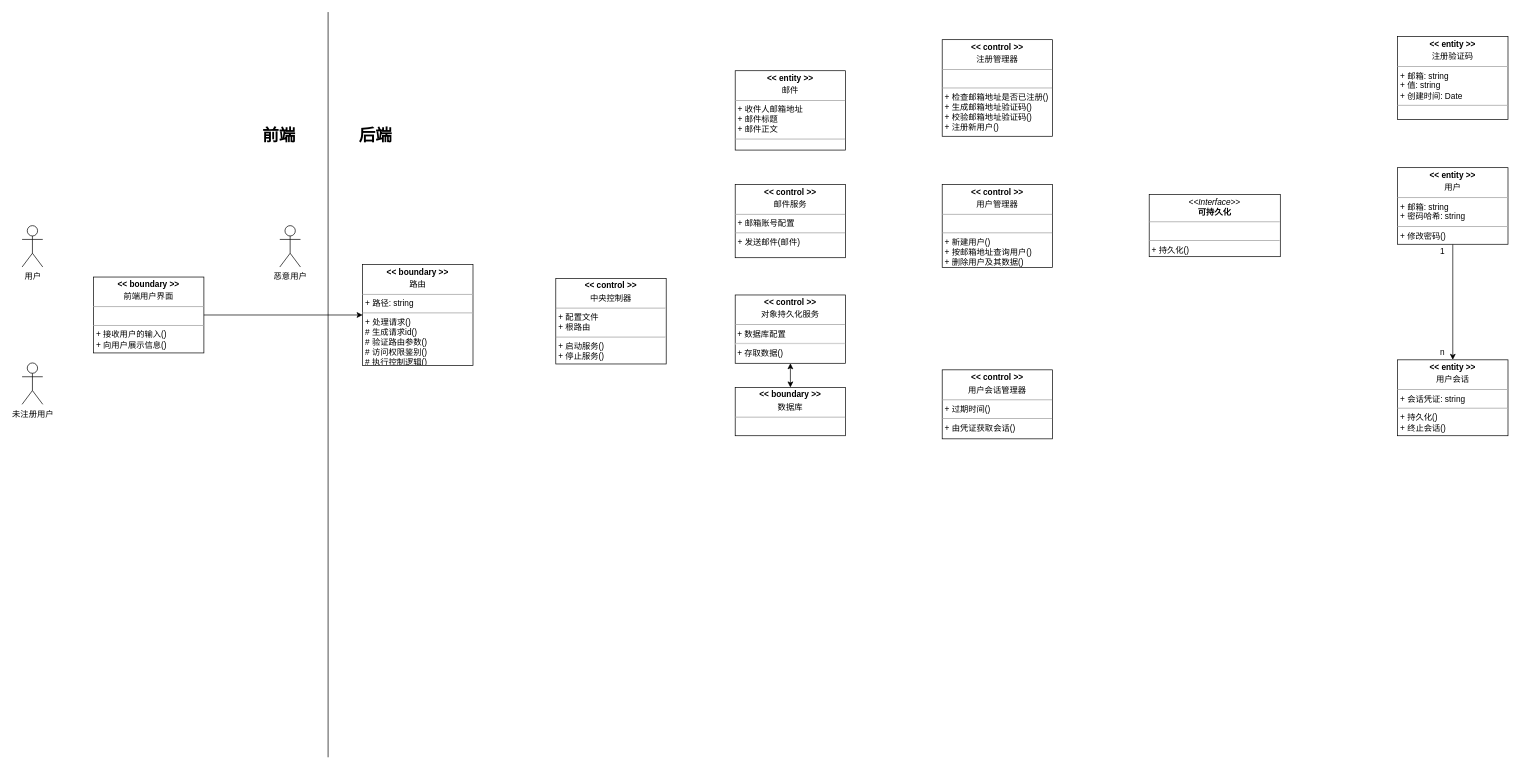
super-dash/paperstack-design keeps this draw.io diagram as page "类图" (3 of 5) of 需求分析文档/UML图.drawio. Above is the earlier version. Source tidied: cells renumbered, new cells numbered last; positions are measured from the earlier drawing's top-left corner, leaving out a move shared by most shapes. Both pictures are drawn from the tidied source at 69%, with x=0, y=0 at pixel (21, 12).
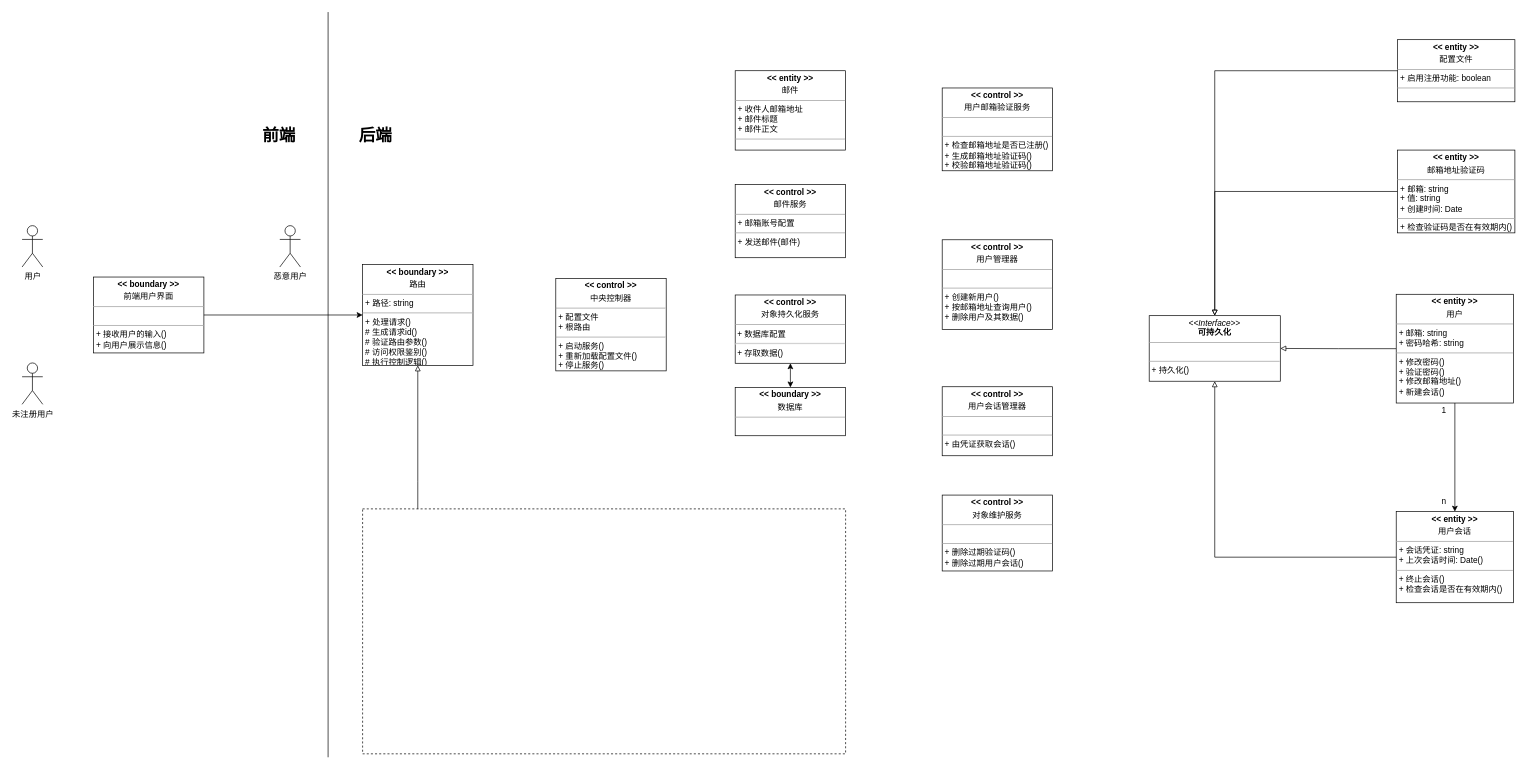
Above is the later version.

Unchanged cells that the change refers to:
```xml
<mxCell id="5" value="&lt;p style=&quot;margin: 0px ; margin-top: 4px ; text-align: center&quot;&gt;&lt;b&gt;&amp;lt;&amp;lt; boundary &amp;gt;&amp;gt;&lt;/b&gt;&lt;/p&gt;&lt;p style=&quot;margin: 0px ; margin-top: 4px ; text-align: center&quot;&gt;路由&lt;/p&gt;&lt;hr size=&quot;1&quot;&gt;&lt;p style=&quot;margin: 0px ; margin-left: 4px&quot;&gt;+ 路径: string&lt;/p&gt;&lt;hr size=&quot;1&quot;&gt;&lt;p style=&quot;margin: 0px ; margin-left: 4px&quot;&gt;+ 处理请求()&lt;span&gt;&lt;br&gt;&lt;/span&gt;&lt;/p&gt;&lt;p style=&quot;margin: 0px ; margin-left: 4px&quot;&gt;&lt;span&gt;# 生成请求id()&lt;/span&gt;&lt;/p&gt;&lt;p style=&quot;margin: 0px ; margin-left: 4px&quot;&gt;# 验证路由参数()&lt;span&gt;&lt;br&gt;&lt;/span&gt;&lt;/p&gt;&lt;p style=&quot;margin: 0px ; margin-left: 4px&quot;&gt;&lt;span&gt;# 访问权限鉴别(&lt;/span&gt;&lt;span&gt;)&lt;/span&gt;&lt;/p&gt;&lt;p style=&quot;margin: 0px ; margin-left: 4px&quot;&gt;# 执行控制逻辑()&lt;/p&gt;" style="verticalAlign=top;align=left;overflow=fill;fontSize=12;fontFamily=Helvetica;html=1;" parent="1" vertex="1">
  <mxGeometry x="494" y="366" width="160" height="146" as="geometry" />
</mxCell>
```

What changed in the source:
```diff
@@
-    <mxCell id="3" value="&lt;p style=&quot;margin: 0px ; margin-top: 4px ; text-align: center&quot;&gt;&lt;b&gt;&amp;lt;&amp;lt; entity &amp;gt;&amp;gt;&lt;/b&gt;&lt;/p&gt;&lt;p style=&quot;margin: 0px ; margin-top: 4px ; text-align: center&quot;&gt;用户&lt;/p&gt;&lt;hr size=&quot;1&quot;&gt;&lt;p style=&quot;margin: 0px ; margin-left: 4px&quot;&gt;+ 邮箱: string&lt;/p&gt;&lt;p style=&quot;margin: 0px ; margin-left: 4px&quot;&gt;+ 密码哈希: string&lt;/p&gt;&lt;hr size=&quot;1&quot;&gt;&lt;p style=&quot;margin: 0px ; margin-left: 4px&quot;&gt;&lt;span&gt;+ 修改密码()&lt;/span&gt;&lt;br&gt;&lt;/p&gt;" style="verticalAlign=top;align=left;overflow=fill;fontSize=12;fontFamily=Helvetica;html=1;" parent="1" vertex="1">
-      <mxGeometry x="1994" y="225.5" width="160" height="111" as="geometry" />
-    </mxCell>
+    <mxCell id="27" style="edgeStyle=orthogonalEdgeStyle;rounded=0;jettySize=auto;html=1;exitX=0;exitY=0.5;exitDx=0;exitDy=0;endArrow=block;endFill=0;entryX=1;entryY=0.5;entryDx=0;entryDy=0;" parent="1" edge="1" source="3" target="26">
+      <mxGeometry relative="1" as="geometry" />
+    </mxCell>
@@
-    <mxCell id="16" value="&lt;p style=&quot;margin: 0px ; margin-top: 4px ; text-align: center&quot;&gt;&lt;b&gt;&amp;lt;&amp;lt; control &amp;gt;&amp;gt;&lt;/b&gt;&lt;/p&gt;&lt;p style=&quot;margin: 0px ; margin-top: 4px ; text-align: center&quot;&gt;中央控制器&lt;/p&gt;&lt;hr size=&quot;1&quot;&gt;&lt;p style=&quot;margin: 0px ; margin-left: 4px&quot;&gt;+ 配置文件&lt;/p&gt;&lt;p style=&quot;margin: 0px ; margin-left: 4px&quot;&gt;+ 根路由&lt;/p&gt;&lt;hr size=&quot;1&quot;&gt;&lt;p style=&quot;margin: 0px ; margin-left: 4px&quot;&gt;+ 启动服务()&lt;/p&gt;&lt;p style=&quot;margin: 0px ; margin-left: 4px&quot;&gt;+ 停止服务()&lt;/p&gt;" style="verticalAlign=top;align=left;overflow=fill;fontSize=12;fontFamily=Helvetica;html=1;" parent="1" vertex="1">
-      <mxGeometry x="774" y="386" width="160" height="124" as="geometry" />
+    <mxCell id="16" value="&lt;p style=&quot;margin: 0px ; margin-top: 4px ; text-align: center&quot;&gt;&lt;b&gt;&amp;lt;&amp;lt; control &amp;gt;&amp;gt;&lt;/b&gt;&lt;/p&gt;&lt;p style=&quot;margin: 0px ; margin-top: 4px ; text-align: center&quot;&gt;中央控制器&lt;/p&gt;&lt;hr size=&quot;1&quot;&gt;&lt;p style=&quot;margin: 0px ; margin-left: 4px&quot;&gt;+ 配置文件&lt;/p&gt;&lt;p style=&quot;margin: 0px ; margin-left: 4px&quot;&gt;+ 根路由&lt;/p&gt;&lt;hr size=&quot;1&quot;&gt;&lt;p style=&quot;margin: 0px ; margin-left: 4px&quot;&gt;+ 启动服务()&lt;/p&gt;&lt;p style=&quot;margin: 0px ; margin-left: 4px&quot;&gt;+ 重新加载配置文件()&lt;/p&gt;&lt;p style=&quot;margin: 0px ; margin-left: 4px&quot;&gt;+ 停止服务()&lt;/p&gt;" style="verticalAlign=top;align=left;overflow=fill;fontSize=12;fontFamily=Helvetica;html=1;" parent="1" vertex="1">
+      <mxGeometry x="774" y="386" width="160" height="134" as="geometry" />
     </mxCell>
-    <mxCell id="17" value="&lt;p style=&quot;margin: 0px ; margin-top: 4px ; text-align: center&quot;&gt;&lt;b&gt;&amp;lt;&amp;lt; entity &amp;gt;&amp;gt;&lt;/b&gt;&lt;/p&gt;&lt;p style=&quot;margin: 0px ; margin-top: 4px ; text-align: center&quot;&gt;用户会话&lt;/p&gt;&lt;hr size=&quot;1&quot;&gt;&lt;p style=&quot;margin: 0px ; margin-left: 4px&quot;&gt;+ 会话凭证: string&lt;br&gt;&lt;/p&gt;&lt;hr size=&quot;1&quot;&gt;&lt;p style=&quot;margin: 0px ; margin-left: 4px&quot;&gt;+ 持久化()&lt;/p&gt;&lt;p style=&quot;margin: 0px ; margin-left: 4px&quot;&gt;+ 终止会话()&lt;/p&gt;" style="verticalAlign=top;align=left;overflow=fill;fontSize=12;fontFamily=Helvetica;html=1;" parent="1" vertex="1">
-      <mxGeometry x="1994" y="504" width="160" height="110" as="geometry" />
-    </mxCell>
-    <mxCell id="18" value="&lt;p style=&quot;margin: 0px ; margin-top: 4px ; text-align: center&quot;&gt;&lt;b&gt;&amp;lt;&amp;lt; control &amp;gt;&amp;gt;&lt;/b&gt;&lt;/p&gt;&lt;p style=&quot;margin: 0px ; margin-top: 4px ; text-align: center&quot;&gt;用户会话管理器&lt;/p&gt;&lt;hr size=&quot;1&quot;&gt;&lt;p style=&quot;margin: 0px ; margin-left: 4px&quot;&gt;+ 过期时间()&lt;br&gt;&lt;/p&gt;&lt;hr size=&quot;1&quot;&gt;&lt;p style=&quot;margin: 0px ; margin-left: 4px&quot;&gt;&lt;span&gt;+ 由凭证获取会话()&lt;/span&gt;&lt;br&gt;&lt;/p&gt;" style="verticalAlign=top;align=left;overflow=fill;fontSize=12;fontFamily=Helvetica;html=1;" parent="1" vertex="1">
-      <mxGeometry x="1334" y="518.5" width="160" height="100" as="geometry" />
+    <mxCell id="18" value="&lt;p style=&quot;margin: 0px ; margin-top: 4px ; text-align: center&quot;&gt;&lt;b&gt;&amp;lt;&amp;lt; control &amp;gt;&amp;gt;&lt;/b&gt;&lt;/p&gt;&lt;p style=&quot;margin: 0px ; margin-top: 4px ; text-align: center&quot;&gt;用户会话管理器&lt;/p&gt;&lt;hr size=&quot;1&quot;&gt;&lt;p style=&quot;margin: 0px ; margin-left: 4px&quot;&gt;&lt;br&gt;&lt;/p&gt;&lt;hr size=&quot;1&quot;&gt;&lt;p style=&quot;margin: 0px ; margin-left: 4px&quot;&gt;&lt;span&gt;+ 由凭证获取会话()&lt;/span&gt;&lt;br&gt;&lt;/p&gt;" style="verticalAlign=top;align=left;overflow=fill;fontSize=12;fontFamily=Helvetica;html=1;" parent="1" vertex="1">
+      <mxGeometry x="1334" y="543" width="160" height="100" as="geometry" />
     </mxCell>
-    <mxCell id="19" value="&lt;p style=&quot;margin: 0px ; margin-top: 4px ; text-align: center&quot;&gt;&lt;b&gt;&amp;lt;&amp;lt; control &amp;gt;&amp;gt;&lt;/b&gt;&lt;/p&gt;&lt;p style=&quot;margin: 0px ; margin-top: 4px ; text-align: center&quot;&gt;用户管理器&lt;/p&gt;&lt;hr size=&quot;1&quot;&gt;&lt;p style=&quot;margin: 0px ; margin-left: 4px&quot;&gt;&lt;br&gt;&lt;/p&gt;&lt;hr size=&quot;1&quot;&gt;&lt;p style=&quot;margin: 0px ; margin-left: 4px&quot;&gt;&lt;span&gt;+ 新建用户()&lt;/span&gt;&lt;/p&gt;&lt;p style=&quot;margin: 0px ; margin-left: 4px&quot;&gt;&lt;span&gt;+ 按邮箱地址查询用户()&lt;/span&gt;&lt;/p&gt;&lt;p style=&quot;margin: 0px ; margin-left: 4px&quot;&gt;&lt;span&gt;+ 删除用户及其数据()&lt;/span&gt;&lt;/p&gt;" style="verticalAlign=top;align=left;overflow=fill;fontSize=12;fontFamily=Helvetica;html=1;" parent="1" vertex="1">
-      <mxGeometry x="1334" y="250" width="160" height="120" as="geometry" />
+    <mxCell id="19" value="&lt;p style=&quot;margin: 0px ; margin-top: 4px ; text-align: center&quot;&gt;&lt;b&gt;&amp;lt;&amp;lt; control &amp;gt;&amp;gt;&lt;/b&gt;&lt;/p&gt;&lt;p style=&quot;margin: 0px ; margin-top: 4px ; text-align: center&quot;&gt;用户管理器&lt;/p&gt;&lt;hr size=&quot;1&quot;&gt;&lt;p style=&quot;margin: 0px ; margin-left: 4px&quot;&gt;&lt;br&gt;&lt;/p&gt;&lt;hr size=&quot;1&quot;&gt;&lt;p style=&quot;margin: 0px ; margin-left: 4px&quot;&gt;&lt;span&gt;+ 创建新用户()&lt;/span&gt;&lt;/p&gt;&lt;p style=&quot;margin: 0px ; margin-left: 4px&quot;&gt;&lt;span&gt;+ 按邮箱地址查询用户()&lt;/span&gt;&lt;/p&gt;&lt;p style=&quot;margin: 0px ; margin-left: 4px&quot;&gt;&lt;span&gt;+ 删除用户及其数据()&lt;/span&gt;&lt;/p&gt;" style="verticalAlign=top;align=left;overflow=fill;fontSize=12;fontFamily=Helvetica;html=1;" parent="1" vertex="1">
+      <mxGeometry x="1334" y="330" width="160" height="130" as="geometry" />
     </mxCell>
@@
-    <mxCell id="22" value="&lt;p style=&quot;margin: 0px ; margin-top: 4px ; text-align: center&quot;&gt;&lt;b&gt;&amp;lt;&amp;lt; control &amp;gt;&amp;gt;&lt;/b&gt;&lt;/p&gt;&lt;p style=&quot;margin: 0px ; margin-top: 4px ; text-align: center&quot;&gt;注册管理器&lt;/p&gt;&lt;hr size=&quot;1&quot;&gt;&lt;p style=&quot;margin: 0px ; margin-left: 4px&quot;&gt;&lt;br&gt;&lt;/p&gt;&lt;hr size=&quot;1&quot;&gt;&lt;p style=&quot;margin: 0px ; margin-left: 4px&quot;&gt;+ 检查邮箱地址是否已注册()&lt;span&gt;&lt;br&gt;&lt;/span&gt;&lt;/p&gt;&lt;p style=&quot;margin: 0px ; margin-left: 4px&quot;&gt;&lt;span&gt;+ 生成邮箱地址验证码()&lt;/span&gt;&lt;/p&gt;&lt;p style=&quot;margin: 0px ; margin-left: 4px&quot;&gt;&lt;span&gt;+ 校验邮箱地址验证码()&lt;/span&gt;&lt;/p&gt;&lt;p style=&quot;margin: 0px ; margin-left: 4px&quot;&gt;&lt;span&gt;+ 注册新用户()&lt;/span&gt;&lt;/p&gt;" style="verticalAlign=top;align=left;overflow=fill;fontSize=12;fontFamily=Helvetica;html=1;" parent="1" vertex="1">
-      <mxGeometry x="1334" y="40" width="160" height="140" as="geometry" />
+    <mxCell id="22" value="&lt;p style=&quot;margin: 0px ; margin-top: 4px ; text-align: center&quot;&gt;&lt;b&gt;&amp;lt;&amp;lt; control &amp;gt;&amp;gt;&lt;/b&gt;&lt;/p&gt;&lt;p style=&quot;margin: 0px ; margin-top: 4px ; text-align: center&quot;&gt;用户邮箱验证服务&lt;/p&gt;&lt;hr size=&quot;1&quot;&gt;&lt;p style=&quot;margin: 0px ; margin-left: 4px&quot;&gt;&lt;br&gt;&lt;/p&gt;&lt;hr size=&quot;1&quot;&gt;&lt;p style=&quot;margin: 0px ; margin-left: 4px&quot;&gt;+ 检查邮箱地址是否已注册()&lt;span&gt;&lt;br&gt;&lt;/span&gt;&lt;/p&gt;&lt;p style=&quot;margin: 0px ; margin-left: 4px&quot;&gt;&lt;span&gt;+ 生成邮箱地址验证码()&lt;/span&gt;&lt;/p&gt;&lt;p style=&quot;margin: 0px ; margin-left: 4px&quot;&gt;&lt;span&gt;+ 校验邮箱地址验证码()&lt;/span&gt;&lt;/p&gt;" style="verticalAlign=top;align=left;overflow=fill;fontSize=12;fontFamily=Helvetica;html=1;" parent="1" vertex="1">
+      <mxGeometry x="1334" y="110" width="160" height="120" as="geometry" />
     </mxCell>
+    <mxCell id="28" style="edgeStyle=orthogonalEdgeStyle;rounded=0;jettySize=auto;html=1;exitX=0;exitY=0.5;exitDx=0;exitDy=0;entryX=0.5;entryY=0;entryDx=0;entryDy=0;endArrow=block;endFill=0;" parent="1" edge="1" source="23" target="26">
+      <mxGeometry relative="1" as="geometry">
+        <Array as="points">
+          <mxPoint x="1729" y="260" />
+        </Array>
+      </mxGeometry>
+    </mxCell>
-    <mxCell id="23" value="&lt;p style=&quot;margin: 0px ; margin-top: 4px ; text-align: center&quot;&gt;&lt;b&gt;&amp;lt;&amp;lt; entity &amp;gt;&amp;gt;&lt;/b&gt;&lt;/p&gt;&lt;p style=&quot;margin: 0px ; margin-top: 4px ; text-align: center&quot;&gt;注册验证码&lt;/p&gt;&lt;hr size=&quot;1&quot;&gt;&lt;p style=&quot;margin: 0px ; margin-left: 4px&quot;&gt;+ 邮箱: string&lt;/p&gt;&lt;p style=&quot;margin: 0px ; margin-left: 4px&quot;&gt;+ 值: string&lt;/p&gt;&lt;p style=&quot;margin: 0px ; margin-left: 4px&quot;&gt;+ 创建时间: Date&lt;/p&gt;&lt;hr size=&quot;1&quot;&gt;&lt;p style=&quot;margin: 0px ; margin-left: 4px&quot;&gt;&lt;br&gt;&lt;/p&gt;" style="verticalAlign=top;align=left;overflow=fill;fontSize=12;fontFamily=Helvetica;html=1;" parent="1" vertex="1">
-      <mxGeometry x="1994" y="35.5" width="160" height="120" as="geometry" />
+    <mxCell id="23" value="&lt;p style=&quot;margin: 0px ; margin-top: 4px ; text-align: center&quot;&gt;&lt;b&gt;&amp;lt;&amp;lt; entity &amp;gt;&amp;gt;&lt;/b&gt;&lt;/p&gt;&lt;p style=&quot;margin: 0px ; margin-top: 4px ; text-align: center&quot;&gt;邮箱地址验证码&lt;/p&gt;&lt;hr size=&quot;1&quot;&gt;&lt;p style=&quot;margin: 0px ; margin-left: 4px&quot;&gt;+ 邮箱: string&lt;/p&gt;&lt;p style=&quot;margin: 0px ; margin-left: 4px&quot;&gt;+ 值: string&lt;/p&gt;&lt;p style=&quot;margin: 0px ; margin-left: 4px&quot;&gt;+ 创建时间: Date&lt;/p&gt;&lt;hr size=&quot;1&quot;&gt;&lt;p style=&quot;margin: 0px ; margin-left: 4px&quot;&gt;+ 检查验证码是否在有效期内()&lt;/p&gt;" style="verticalAlign=top;align=left;overflow=fill;fontSize=12;fontFamily=Helvetica;html=1;" parent="1" vertex="1">
+      <mxGeometry x="1994" y="200" width="170" height="120" as="geometry" />
     </mxCell>
+    <mxCell id="26" value="&lt;p style=&quot;margin: 0px ; margin-top: 4px ; text-align: center&quot;&gt;&lt;i&gt;&amp;lt;&amp;lt;Interface&amp;gt;&amp;gt;&lt;/i&gt;&lt;br&gt;&lt;b&gt;可持久化&lt;/b&gt;&lt;/p&gt;&lt;hr size=&quot;1&quot;&gt;&lt;p style=&quot;margin: 0px ; margin-left: 4px&quot;&gt;&lt;br&gt;&lt;/p&gt;&lt;hr size=&quot;1&quot;&gt;&lt;p style=&quot;margin: 0px ; margin-left: 4px&quot;&gt;+ 持久化()&lt;/p&gt;" style="verticalAlign=top;align=left;overflow=fill;fontSize=12;fontFamily=Helvetica;html=1;" parent="1" vertex="1">
+      <mxGeometry x="1634" y="440" width="190" height="95" as="geometry" />
+    </mxCell>
+    <mxCell id="29" style="group;" parent="1" vertex="1">
+      <mxGeometry x="1992" y="409" width="170" height="186" as="geometry" />
+    </mxCell>
+    <mxCell id="3" value="&lt;p style=&quot;margin: 0px ; margin-top: 4px ; text-align: center&quot;&gt;&lt;b&gt;&amp;lt;&amp;lt; entity &amp;gt;&amp;gt;&lt;/b&gt;&lt;/p&gt;&lt;p style=&quot;margin: 0px ; margin-top: 4px ; text-align: center&quot;&gt;用户&lt;/p&gt;&lt;hr size=&quot;1&quot;&gt;&lt;p style=&quot;margin: 0px ; margin-left: 4px&quot;&gt;+ 邮箱: string&lt;/p&gt;&lt;p style=&quot;margin: 0px ; margin-left: 4px&quot;&gt;+ 密码哈希: string&lt;/p&gt;&lt;hr size=&quot;1&quot;&gt;&lt;p style=&quot;margin: 0px ; margin-left: 4px&quot;&gt;&lt;span&gt;+ 修改密码()&lt;/span&gt;&lt;br&gt;&lt;/p&gt;&lt;p style=&quot;margin: 0px ; margin-left: 4px&quot;&gt;&lt;span&gt;+ 验证密码()&lt;/span&gt;&lt;/p&gt;&lt;p style=&quot;margin: 0px ; margin-left: 4px&quot;&gt;&lt;span&gt;+ 修改邮箱地址()&lt;/span&gt;&lt;/p&gt;&lt;p style=&quot;margin: 0px ; margin-left: 4px&quot;&gt;&lt;span&gt;+ 新建会话()&lt;/span&gt;&lt;/p&gt;" style="verticalAlign=top;align=left;overflow=fill;fontSize=12;fontFamily=Helvetica;html=1;" parent="29" vertex="1">
+      <mxGeometry width="170" height="157.6" as="geometry" />
+    </mxCell>
-    <mxCell id="24" value="1" style="text;html=1;align=left;verticalAlign=top;spacingTop=-4;" parent="1" vertex="1">
-      <mxGeometry x="2054" y="336.5" width="20" height="20" as="geometry" />
+    <mxCell id="24" value="1" style="text;html=1;align=left;verticalAlign=top;spacingTop=-4;" parent="29" vertex="1">
+      <mxGeometry x="63.8" y="157.6" width="20" height="20" as="geometry" />
     </mxCell>
+    <mxCell id="30" style="group;" parent="1" vertex="1">
+      <mxGeometry x="1992" y="700" width="170" height="156" as="geometry" />
+    </mxCell>
+    <mxCell id="17" value="&lt;p style=&quot;margin: 0px ; margin-top: 4px ; text-align: center&quot;&gt;&lt;b&gt;&amp;lt;&amp;lt; entity &amp;gt;&amp;gt;&lt;/b&gt;&lt;/p&gt;&lt;p style=&quot;margin: 0px ; margin-top: 4px ; text-align: center&quot;&gt;用户会话&lt;/p&gt;&lt;hr size=&quot;1&quot;&gt;&lt;p style=&quot;margin: 0px ; margin-left: 4px&quot;&gt;+ 会话凭证: string&lt;br&gt;&lt;/p&gt;&lt;p style=&quot;margin: 0px ; margin-left: 4px&quot;&gt;+ 上次会话时间: Date()&lt;/p&gt;&lt;hr size=&quot;1&quot;&gt;&lt;p style=&quot;margin: 0px ; margin-left: 4px&quot;&gt;&lt;span&gt;+ 终止会话()&lt;/span&gt;&lt;br&gt;&lt;/p&gt;&lt;p style=&quot;margin: 0px ; margin-left: 4px&quot;&gt;+ 检查会话是否在有效期内()&lt;/p&gt;" style="verticalAlign=top;align=left;overflow=fill;fontSize=12;fontFamily=Helvetica;html=1;" parent="30" vertex="1">
+      <mxGeometry y="24" width="170" height="132" as="geometry" />
+    </mxCell>
-    <mxCell id="25" value="n" style="text;html=1;align=left;verticalAlign=top;spacingTop=-4;" parent="1" vertex="1">
-      <mxGeometry x="2054" y="484" width="20" height="20" as="geometry" />
+    <mxCell id="25" value="n" style="text;html=1;align=left;verticalAlign=top;spacingTop=-4;" parent="30" vertex="1">
+      <mxGeometry x="63.8" width="20" height="20" as="geometry" />
     </mxCell>
-    <mxCell id="26" value="&lt;p style=&quot;margin: 0px ; margin-top: 4px ; text-align: center&quot;&gt;&lt;i&gt;&amp;lt;&amp;lt;Interface&amp;gt;&amp;gt;&lt;/i&gt;&lt;br&gt;&lt;b&gt;可持久化&lt;/b&gt;&lt;/p&gt;&lt;hr size=&quot;1&quot;&gt;&lt;p style=&quot;margin: 0px ; margin-left: 4px&quot;&gt;&lt;br&gt;&lt;/p&gt;&lt;hr size=&quot;1&quot;&gt;&lt;p style=&quot;margin: 0px ; margin-left: 4px&quot;&gt;+ 持久化()&lt;/p&gt;" style="verticalAlign=top;align=left;overflow=fill;fontSize=12;fontFamily=Helvetica;html=1;" parent="1" vertex="1">
-      <mxGeometry x="1634" y="264.5" width="190" height="90" as="geometry" />
-    </mxCell>
+    <mxCell id="31" style="edgeStyle=orthogonalEdgeStyle;rounded=0;jettySize=auto;html=1;exitX=0;exitY=0.5;exitDx=0;exitDy=0;entryX=0.5;entryY=1;entryDx=0;entryDy=0;endArrow=block;endFill=0;" parent="1" edge="1" source="17" target="26">
+      <mxGeometry relative="1" as="geometry" />
+    </mxCell>
+    <mxCell id="32" value="&lt;p style=&quot;margin: 0px ; margin-top: 4px ; text-align: center&quot;&gt;&lt;b&gt;&amp;lt;&amp;lt; control &amp;gt;&amp;gt;&lt;/b&gt;&lt;/p&gt;&lt;p style=&quot;margin: 0px ; margin-top: 4px ; text-align: center&quot;&gt;对象维护服务&lt;/p&gt;&lt;hr size=&quot;1&quot;&gt;&lt;p style=&quot;margin: 0px ; margin-left: 4px&quot;&gt;&lt;br&gt;&lt;/p&gt;&lt;hr size=&quot;1&quot;&gt;&lt;p style=&quot;margin: 0px ; margin-left: 4px&quot;&gt;&lt;span&gt;+ 删除过期验证码()&lt;/span&gt;&lt;br&gt;&lt;/p&gt;&lt;p style=&quot;margin: 0px ; margin-left: 4px&quot;&gt;&lt;span&gt;+ 删除过期用户会话()&lt;/span&gt;&lt;/p&gt;" style="verticalAlign=top;align=left;overflow=fill;fontSize=12;fontFamily=Helvetica;html=1;" parent="1" vertex="1">
+      <mxGeometry x="1334" y="700" width="160" height="110" as="geometry" />
+    </mxCell>
+    <mxCell id="33" style="edgeStyle=orthogonalEdgeStyle;rounded=0;jettySize=auto;html=1;entryX=0.5;entryY=1;entryDx=0;entryDy=0;endArrow=block;endFill=0;" parent="1" edge="1" source="34" target="5">
+      <mxGeometry relative="1" as="geometry">
+        <Array as="points">
+          <mxPoint x="574" y="680" />
+          <mxPoint x="574" y="680" />
+        </Array>
+      </mxGeometry>
+    </mxCell>
+    <mxCell id="34" style="rounded=0;whiteSpace=wrap;html=1;dashed=1;fillColor=none;" parent="1" vertex="1">
+      <mxGeometry x="494" y="720" width="700" height="355" as="geometry" />
+    </mxCell>
+    <mxCell id="35" style="edgeStyle=orthogonalEdgeStyle;rounded=0;jettySize=auto;html=1;exitX=0;exitY=0.5;exitDx=0;exitDy=0;entryX=0.5;entryY=0;entryDx=0;entryDy=0;endArrow=block;endFill=0;" parent="1" edge="1" source="36" target="26">
+      <mxGeometry relative="1" as="geometry" />
+    </mxCell>
+    <mxCell id="36" value="&lt;p style=&quot;margin: 0px ; margin-top: 4px ; text-align: center&quot;&gt;&lt;b&gt;&amp;lt;&amp;lt; entity &amp;gt;&amp;gt;&lt;/b&gt;&lt;/p&gt;&lt;p style=&quot;margin: 0px ; margin-top: 4px ; text-align: center&quot;&gt;配置文件&lt;/p&gt;&lt;hr size=&quot;1&quot;&gt;&lt;p style=&quot;margin: 0px ; margin-left: 4px&quot;&gt;+ 启用注册功能: boolean&lt;/p&gt;&lt;hr size=&quot;1&quot;&gt;&lt;p style=&quot;margin: 0px ; margin-left: 4px&quot;&gt;&lt;br&gt;&lt;/p&gt;" style="verticalAlign=top;align=left;overflow=fill;fontSize=12;fontFamily=Helvetica;html=1;fillColor=none;" parent="1" vertex="1">
+      <mxGeometry x="1994" y="40" width="170" height="90" as="geometry" />
+    </mxCell>
```
